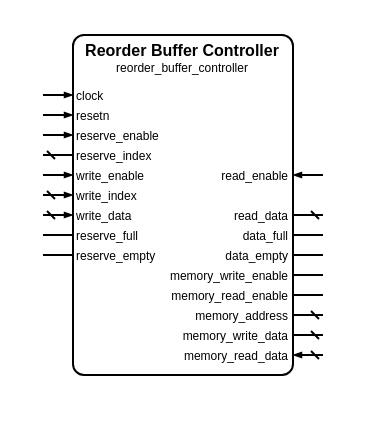
Earlier version of the draw.io diagram sources/data/controllers/reorder_buffer/reorder_buffer_controller.symbol.drawio (Louis-DR/OmniCores-BuildingBlocks). Source tidied: cells renumbered, new cells numbered last; positions are measured from the earlier drawing's top-left corner, leaving out a move shared by most shapes. Both pictures are drawn from the tidied source at 200%, with x=0, y=0 at pixel (42, 34).
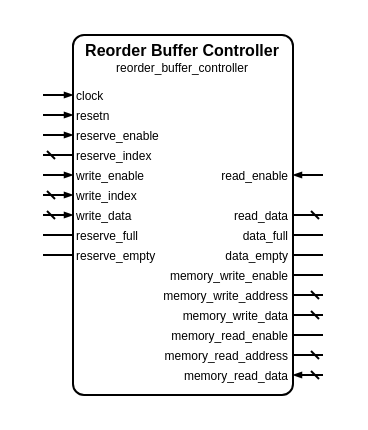
After the change.

Diff of the diagram source:
```diff
@@
     <mxCell id="2" style="group;" parent="1" vertex="1">
-      <mxGeometry width="140" height="170" as="geometry" />
+      <mxGeometry width="140" height="180" as="geometry" />
     </mxCell>
     <mxCell id="3" style="rounded=1;arcSize=5;fillColor=none;strokeWidth=1;strokeColor=black;whiteSpace=wrap;html=1;" parent="2" vertex="1">
-      <mxGeometry x="15" width="110" height="170" as="geometry" />
+      <mxGeometry x="15" width="110" height="180" as="geometry" />
     </mxCell>
@@
+    <mxCell id="42" value="memory_write_address" style="text;html=1;align=right;verticalAlign=middle;whiteSpace=wrap;rounded=0;fontSize=6;fontStyle=0;fontColor=black;" parent="2" vertex="1">
+      <mxGeometry x="15" y="130" width="110" as="geometry" />
+    </mxCell>
+    <mxCell id="43" style="html=1;rounded=1;strokeWidth=1;strokeColor=black;startFill=0;startSize=2;startArrow=dash;endFill=1;endSize=2;endArrow=none;sourcePerimeterSpacing=0;" parent="2" edge="1">
+      <mxGeometry relative="1" as="geometry">
+        <mxPoint x="140" y="130" as="sourcePoint" />
+        <mxPoint x="125" y="130" as="targetPoint" />
+      </mxGeometry>
+    </mxCell>
+    <mxCell id="38" value="memory_write_data" style="text;html=1;align=right;verticalAlign=middle;whiteSpace=wrap;rounded=0;fontSize=6;fontStyle=0;fontColor=black;" parent="2" vertex="1">
+      <mxGeometry x="15" y="140" width="110" as="geometry" />
+    </mxCell>
+    <mxCell id="39" style="html=1;rounded=1;strokeWidth=1;strokeColor=black;startFill=0;startSize=2;startArrow=dash;endFill=1;endSize=2;endArrow=none;sourcePerimeterSpacing=0;" parent="2" edge="1">
+      <mxGeometry relative="1" as="geometry">
+        <mxPoint x="140" y="140" as="sourcePoint" />
+        <mxPoint x="125" y="140" as="targetPoint" />
+      </mxGeometry>
+    </mxCell>
     <mxCell id="34" value="memory_read_enable" style="text;html=1;align=right;verticalAlign=middle;whiteSpace=wrap;rounded=0;fontSize=6;fontStyle=0;fontColor=black;" parent="2" vertex="1">
-      <mxGeometry x="15" y="130" width="110" as="geometry" />
+      <mxGeometry x="15" y="150" width="110" as="geometry" />
     </mxCell>
     <mxCell id="35" style="html=1;rounded=1;strokeWidth=1;strokeColor=black;startFill=0;startSize=2;startArrow=none;endFill=1;endSize=2;endArrow=none;sourcePerimeterSpacing=0;" parent="2" edge="1">
       <mxGeometry relative="1" as="geometry">
-        <mxPoint x="140" y="130" as="sourcePoint" />
-        <mxPoint x="125" y="130" as="targetPoint" />
+        <mxPoint x="140" y="150" as="sourcePoint" />
+        <mxPoint x="125" y="150" as="targetPoint" />
       </mxGeometry>
     </mxCell>
-    <mxCell id="36" value="memory_address" style="text;html=1;align=right;verticalAlign=middle;whiteSpace=wrap;rounded=0;fontSize=6;fontStyle=0;fontColor=black;" parent="2" vertex="1">
-      <mxGeometry x="15" y="140" width="110" as="geometry" />
-    </mxCell>
-    <mxCell id="37" style="html=1;rounded=1;strokeWidth=1;strokeColor=black;startFill=0;startSize=2;startArrow=dash;endFill=1;endSize=2;endArrow=none;sourcePerimeterSpacing=0;" parent="2" edge="1">
-      <mxGeometry relative="1" as="geometry">
-        <mxPoint x="140" y="140" as="sourcePoint" />
-        <mxPoint x="125" y="140" as="targetPoint" />
-      </mxGeometry>
-    </mxCell>
-    <mxCell id="38" value="memory_write_data" style="text;html=1;align=right;verticalAlign=middle;whiteSpace=wrap;rounded=0;fontSize=6;fontStyle=0;fontColor=black;" parent="2" vertex="1">
-      <mxGeometry x="15" y="150" width="110" as="geometry" />
-    </mxCell>
-    <mxCell id="39" style="html=1;rounded=1;strokeWidth=1;strokeColor=black;startFill=0;startSize=2;startArrow=dash;endFill=1;endSize=2;endArrow=none;sourcePerimeterSpacing=0;" parent="2" edge="1">
-      <mxGeometry relative="1" as="geometry">
-        <mxPoint x="140" y="150" as="sourcePoint" />
-        <mxPoint x="125" y="150" as="targetPoint" />
-      </mxGeometry>
-    </mxCell>
+    <mxCell id="44" value="memory_read_address" style="text;html=1;align=right;verticalAlign=middle;whiteSpace=wrap;rounded=0;fontSize=6;fontStyle=0;fontColor=black;" parent="2" vertex="1">
+      <mxGeometry x="15" y="160" width="110" as="geometry" />
+    </mxCell>
+    <mxCell id="45" style="html=1;rounded=1;strokeWidth=1;strokeColor=black;startFill=0;startSize=2;startArrow=dash;endFill=1;endSize=2;endArrow=none;sourcePerimeterSpacing=0;" parent="2" edge="1">
+      <mxGeometry relative="1" as="geometry">
+        <mxPoint x="140" y="160" as="sourcePoint" />
+        <mxPoint x="125" y="160" as="targetPoint" />
+      </mxGeometry>
+    </mxCell>
     <mxCell id="40" value="memory_read_data" style="text;html=1;align=right;verticalAlign=middle;whiteSpace=wrap;rounded=0;fontSize=6;fontStyle=0;fontColor=black;" parent="2" vertex="1">
-      <mxGeometry x="15" y="160" width="110" as="geometry" />
+      <mxGeometry x="15" y="170" width="110" as="geometry" />
     </mxCell>
     <mxCell id="41" style="html=1;rounded=1;strokeWidth=1;strokeColor=black;startFill=0;startSize=2;startArrow=dash;endFill=1;endSize=2;endArrow=blockThin;sourcePerimeterSpacing=0;" parent="2" edge="1">
       <mxGeometry relative="1" as="geometry">
-        <mxPoint x="140" y="160" as="sourcePoint" />
-        <mxPoint x="125" y="160" as="targetPoint" />
+        <mxPoint x="140" y="170" as="sourcePoint" />
+        <mxPoint x="125" y="170" as="targetPoint" />
       </mxGeometry>
     </mxCell>
```
